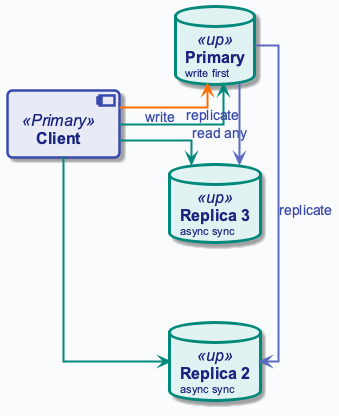
OrPerets/data-engineering-course keeps this PlantUML diagram as diagrams/week02/week2_replication_read_write.png. Above is the earlier version.
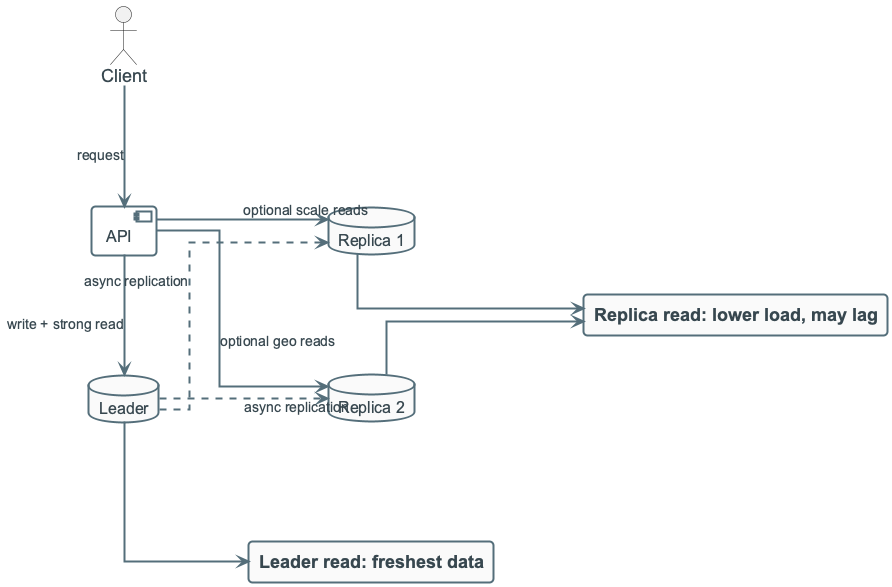
After the change.

What changed in the source:
```diff
@@ -1,19 +1,31 @@
 @startuml
 !include ../_template_styles.puml
+
 left to right direction
+skinparam nodesep 120
+skinparam ranksep 90
 
-component "**Client**" as CLIENT <<Primary>>
+actor "Client" as C
+component "API" as API
 
-database "**Primary**\n<size:11>write first</size>" as PRIMARY <<up>>
-database "**Replica 2**\n<size:11>async sync</size>" as R2 <<up>>
-database "**Replica 3**\n<size:11>async sync</size>" as R3 <<up>>
+database "Leader" as L
+database "Replica 1" as R1
+database "Replica 2" as R2
 
-CLIENT -right[#FF6F00,thickness=2]-> PRIMARY : <color:#3949AB>write</color>
-PRIMARY -right[#5C6BC0,thickness=2]-> R2 : <color:#3949AB>replicate</color>
-PRIMARY -right[#5C6BC0,thickness=2]-> R3 : <color:#3949AB>replicate</color>
+C -right-> API : request
+API -right-> L : write + strong read
 
-CLIENT -down[#00897B,thickness=2]-> PRIMARY : <color:#3949AB>read any</color>
-CLIENT -down[#00897B,thickness=2]-> R2
-CLIENT -down[#00897B,thickness=2]-> R3
+L -[dashed]-> R1 : async replication
+L -[dashed]-> R2 : async replication
+
+API -down-> R1 : optional scale reads
+API -down-> R2 : optional geo reads
+
+rectangle "Leader read: freshest data" as FRESH
+rectangle "Replica read: lower load, may lag" as LAG
+
+L -down-> FRESH
+R1 -down-> LAG
+R2 -down-> LAG
 
 @enduml
```
